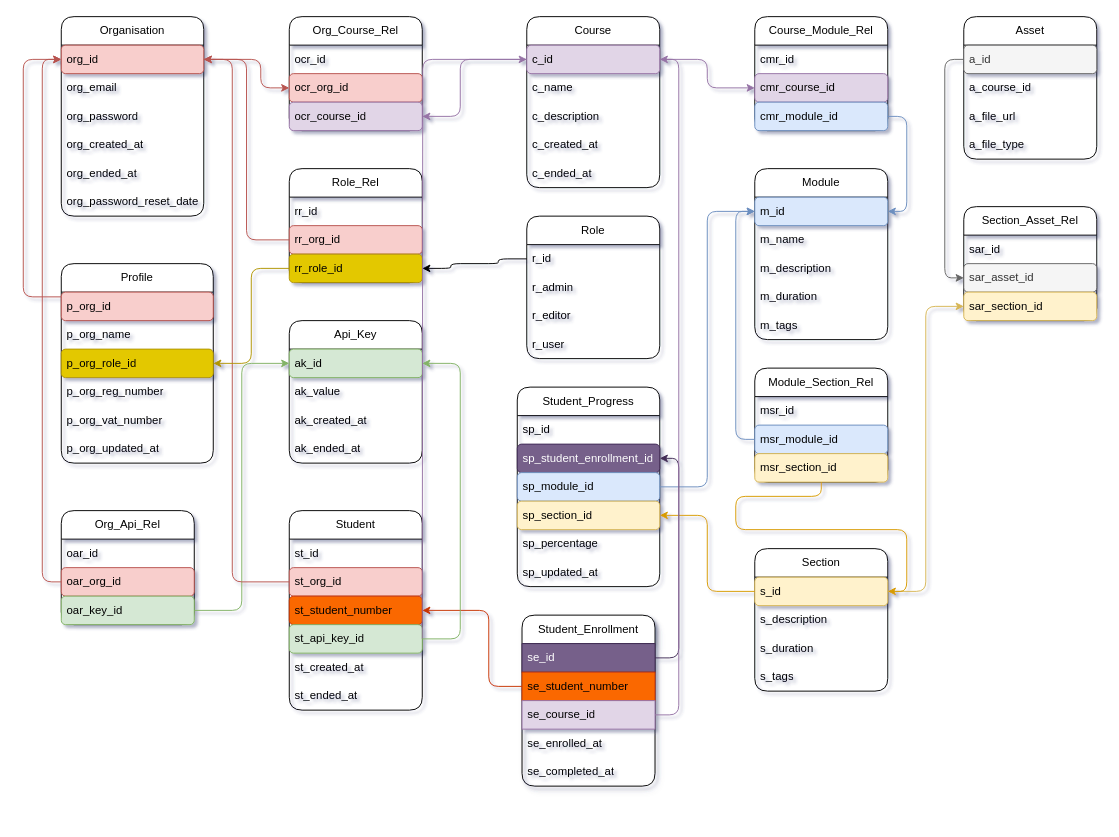
Earlier version of the draw.io diagram src/main/resources/Drawing/Entity.drawio (jclucasasp/training-backend). Source tidied: cells renumbered, new cells numbered last; positions are measured from the earlier drawing's top-left corner, leaving out a move shared by most shapes. Both pictures are drawn from the tidied source at 95%, with x=0, y=0 at pixel (23, 16).
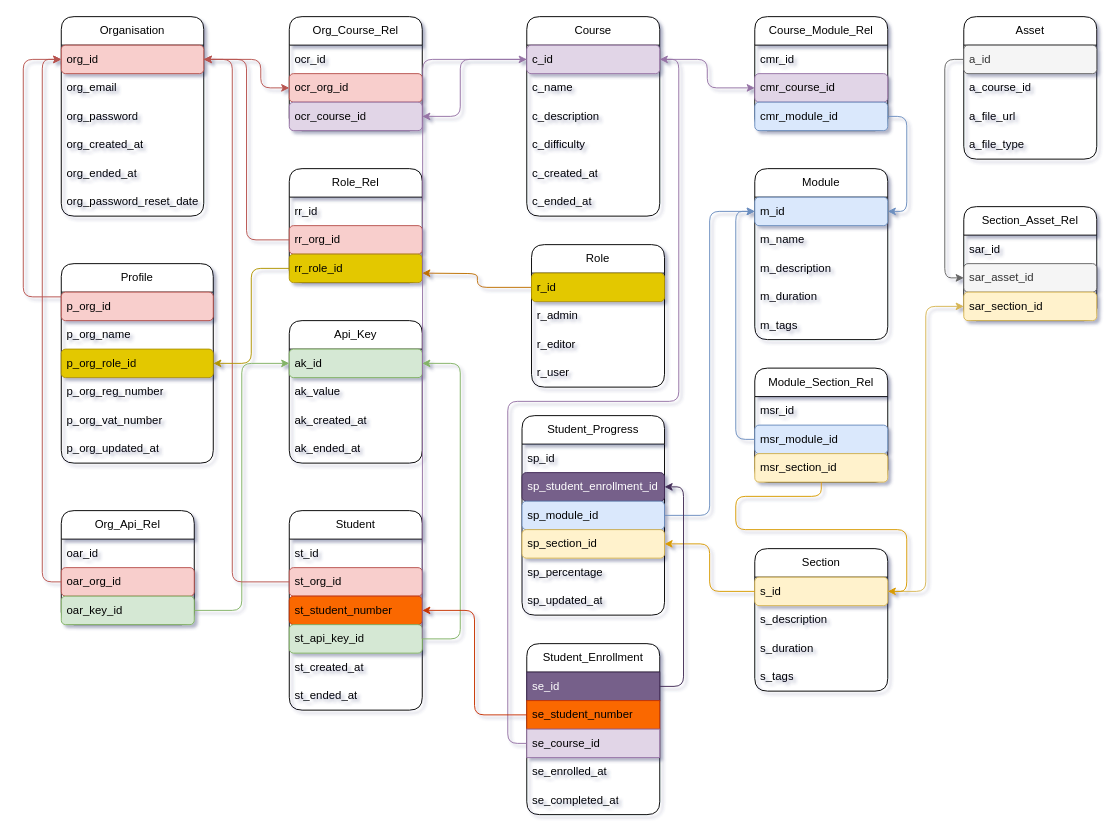
After the change.

Commit message (it also covers changes not shown here):
Minor change to the Schema drawing

Unchanged cells that the change refers to:
```xml
<mxCell id="34" value="rr_role_id" style="text;strokeColor=#B09500;fillColor=#e3c800;align=left;verticalAlign=middle;spacingLeft=4;spacingRight=4;overflow=hidden;points=[[0,0.5],[1,0.5]];portConstraint=eastwest;whiteSpace=wrap;html=1;rounded=1;fontColor=#000000;" parent="31" vertex="1">
  <mxGeometry y="90" width="140" height="30" as="geometry" />
</mxCell>
<mxCell id="84" value="st_student_number" style="text;strokeColor=#C73500;fillColor=#fa6800;align=left;verticalAlign=middle;spacingLeft=4;spacingRight=4;overflow=hidden;points=[[0,0.5],[1,0.5]];portConstraint=eastwest;whiteSpace=wrap;html=1;rounded=1;fontColor=#000000;" parent="81" vertex="1">
  <mxGeometry y="90" width="140" height="30" as="geometry" />
</mxCell>
<mxCell id="90" value="sp_student_enrollment_id" style="text;strokeColor=#432D57;fillColor=#76608a;align=left;verticalAlign=middle;spacingLeft=4;spacingRight=4;overflow=hidden;points=[[0,0.5],[1,0.5]];portConstraint=eastwest;whiteSpace=wrap;html=1;rounded=1;fontColor=#ffffff;" parent="88" vertex="1">
  <mxGeometry y="60" width="150" height="30" as="geometry" />
</mxCell>
<mxCell id="104" value="se_id" style="text;strokeColor=#432D57;fillColor=#76608a;align=left;verticalAlign=middle;spacingLeft=4;spacingRight=4;overflow=hidden;points=[[0,0.5],[1,0.5]];portConstraint=eastwest;whiteSpace=wrap;html=1;fontColor=#ffffff;" parent="103" vertex="1">
  <mxGeometry y="30" width="140" height="30" as="geometry" />
</mxCell>
<mxCell id="105" value="se_student_number" style="text;strokeColor=#C73500;fillColor=#fa6800;align=left;verticalAlign=middle;spacingLeft=4;spacingRight=4;overflow=hidden;points=[[0,0.5],[1,0.5]];portConstraint=eastwest;whiteSpace=wrap;html=1;fontColor=#000000;" parent="103" vertex="1">
  <mxGeometry y="60" width="140" height="30" as="geometry" />
</mxCell>
```

What changed in the source:
```diff
@@
-<mxGraphModel shadow="1">
+<mxGraphModel background="#ffffff" shadow="1">
@@
     <mxCell id="9" value="Role" style="swimlane;fontStyle=0;horizontal=1;startSize=30;whiteSpace=wrap;html=1;rounded=1;" parent="1" vertex="1">
-      <mxGeometry x="530" y="210" width="140" height="150" as="geometry" />
+      <mxGeometry x="535" y="240" width="140" height="150" as="geometry" />
     </mxCell>
+    <mxCell id="114" style="edgeStyle=orthogonalEdgeStyle;rounded=1;jettySize=auto;html=1;curved=0;fillColor=#f0a30a;strokeColor=#BD7000;" parent="9" edge="1" source="10">
+      <mxGeometry relative="1" as="geometry">
+        <mxPoint x="-115" y="30" as="targetPoint" />
+      </mxGeometry>
+    </mxCell>
-    <mxCell id="10" value="r_id" style="text;strokeColor=none;fillColor=none;align=left;verticalAlign=middle;spacingLeft=4;spacingRight=4;overflow=hidden;points=[[0,0.5],[1,0.5]];portConstraint=eastwest;whiteSpace=wrap;html=1;rounded=1;" parent="9" vertex="1">
+    <mxCell id="10" value="r_id" style="text;strokeColor=#B09500;fillColor=#e3c800;align=left;verticalAlign=middle;spacingLeft=4;spacingRight=4;overflow=hidden;points=[[0,0.5],[1,0.5]];portConstraint=eastwest;whiteSpace=wrap;html=1;rounded=1;fontColor=#000000;" parent="9" vertex="1">
       <mxGeometry y="30" width="140" height="30" as="geometry" />
     </mxCell>
@@
     <mxCell id="21" value="Course" style="swimlane;fontStyle=0;horizontal=1;startSize=30;whiteSpace=wrap;html=1;rounded=1;" parent="1" vertex="1">
-      <mxGeometry x="530" width="140" height="180" as="geometry" />
+      <mxGeometry x="530" width="140" height="210" as="geometry" />
     </mxCell>
@@
+    <mxCell id="115" value="c_difficulty" style="text;strokeColor=none;fillColor=none;align=left;verticalAlign=middle;spacingLeft=4;spacingRight=4;overflow=hidden;whiteSpace=wrap;html=1;rounded=1;" parent="21" vertex="1">
+      <mxGeometry y="120" width="140" height="30" as="geometry" />
+    </mxCell>
     <mxCell id="25" value="c_created_at" style="text;strokeColor=none;fillColor=none;align=left;verticalAlign=middle;spacingLeft=4;spacingRight=4;overflow=hidden;whiteSpace=wrap;html=1;rounded=1;" parent="21" vertex="1">
-      <mxGeometry y="120" width="140" height="30" as="geometry" />
+      <mxGeometry y="150" width="140" height="30" as="geometry" />
     </mxCell>
     <mxCell id="26" value="c_ended_at" style="text;strokeColor=none;fillColor=none;align=left;verticalAlign=middle;spacingLeft=4;spacingRight=4;overflow=hidden;whiteSpace=wrap;html=1;rounded=1;" parent="21" vertex="1">
-      <mxGeometry y="150" width="140" height="30" as="geometry" />
+      <mxGeometry y="180" width="140" height="30" as="geometry" />
     </mxCell>
@@
-    <mxCell id="44" style="edgeStyle=orthogonalEdgeStyle;rounded=1;jettySize=auto;html=1;exitX=0;exitY=0.5;exitDx=0;exitDy=0;entryX=1;entryY=0.5;entryDx=0;entryDy=0;curved=0;" parent="1" edge="1" source="10" target="34">
-      <mxGeometry relative="1" as="geometry">
-        <Array as="points">
-          <mxPoint x="500" y="255" />
-          <mxPoint x="500" y="260" />
-          <mxPoint x="450" y="260" />
-          <mxPoint x="450" y="265" />
-        </Array>
-      </mxGeometry>
-    </mxCell>
@@
     <mxCell id="88" value="Student_Progress" style="swimlane;fontStyle=0;horizontal=1;startSize=30;whiteSpace=wrap;html=1;rounded=1;" parent="1" vertex="1">
-      <mxGeometry x="520" y="390" width="150" height="210" as="geometry" />
+      <mxGeometry x="525" y="420" width="150" height="210" as="geometry" />
     </mxCell>
@@
-    <mxCell id="103" value="Student_Enrollment" style="swimlane;fontStyle=0;horizontal=1;startSize=30;whiteSpace=wrap;html=1;rounded=1;glass=0;shadow=1;" parent="1" vertex="1">
-      <mxGeometry x="525" y="630" width="140" height="180" as="geometry" />
+    <mxCell id="103" value="Student_Enrollment" style="swimlane;fontStyle=0;horizontal=1;startSize=30;whiteSpace=wrap;html=1;rounded=1;glass=0;shadow=0;gradientColor=none;swimlaneFillColor=none;strokeColor=default;" parent="1" vertex="1">
+      <mxGeometry x="530" y="660" width="140" height="180" as="geometry" />
     </mxCell>
@@
-    <mxCell id="109" style="edgeStyle=orthogonalEdgeStyle;rounded=1;jettySize=auto;html=1;entryX=1;entryY=0.5;entryDx=0;entryDy=0;fillColor=#fa6800;strokeColor=#C73500;curved=0;" parent="1" edge="1" source="105" target="84">
-      <mxGeometry relative="1" as="geometry">
-        <Array as="points">
-          <mxPoint x="490" y="705" />
-          <mxPoint x="490" y="625" />
-        </Array>
-      </mxGeometry>
-    </mxCell>
-    <mxCell id="110" style="edgeStyle=orthogonalEdgeStyle;rounded=1;jettySize=auto;html=1;entryX=1;entryY=0.5;entryDx=0;entryDy=0;fillColor=#76608a;strokeColor=#432D57;curved=0;" parent="1" edge="1" source="104" target="90">
-      <mxGeometry relative="1" as="geometry">
-        <Array as="points">
-          <mxPoint x="690" y="675" />
-          <mxPoint x="690" y="465" />
-        </Array>
-      </mxGeometry>
-    </mxCell>
@@
+    <mxCell id="109" style="edgeStyle=orthogonalEdgeStyle;rounded=1;jettySize=auto;html=1;curved=0;fillColor=#fa6800;strokeColor=#C73500;" parent="1" edge="1" source="105" target="84">
+      <mxGeometry relative="1" as="geometry" />
+    </mxCell>
+    <mxCell id="110" style="edgeStyle=orthogonalEdgeStyle;rounded=1;jettySize=auto;html=1;entryX=1;entryY=0.5;entryDx=0;entryDy=0;curved=0;fillColor=#76608a;strokeColor=#432D57;" parent="1" edge="1" source="104" target="90">
+      <mxGeometry relative="1" as="geometry">
+        <Array as="points">
+          <mxPoint x="695" y="705" />
+          <mxPoint x="695" y="495" />
+        </Array>
+      </mxGeometry>
+    </mxCell>
```
